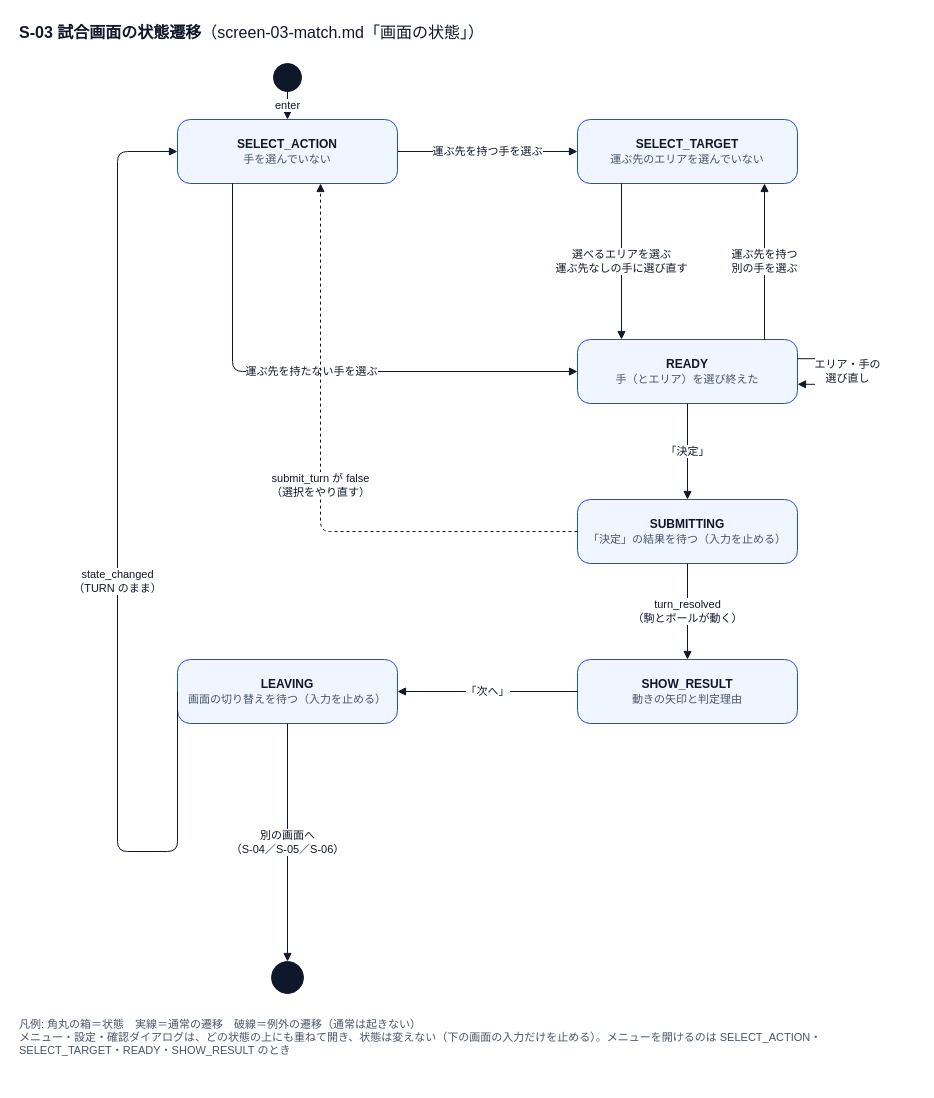
Above: docs/specs/3_detail-design/screen/screen-03-match-states.drawio in n-yata/soccer-sim (draw.io), before the change. Source tidied: cells renumbered, new cells numbered last; positions are measured from the earlier drawing's top-left corner, leaving out a move shared by most shapes. Both pictures are drawn from the tidied source at 100%, with x=0, y=0 at pixel (17, 17).
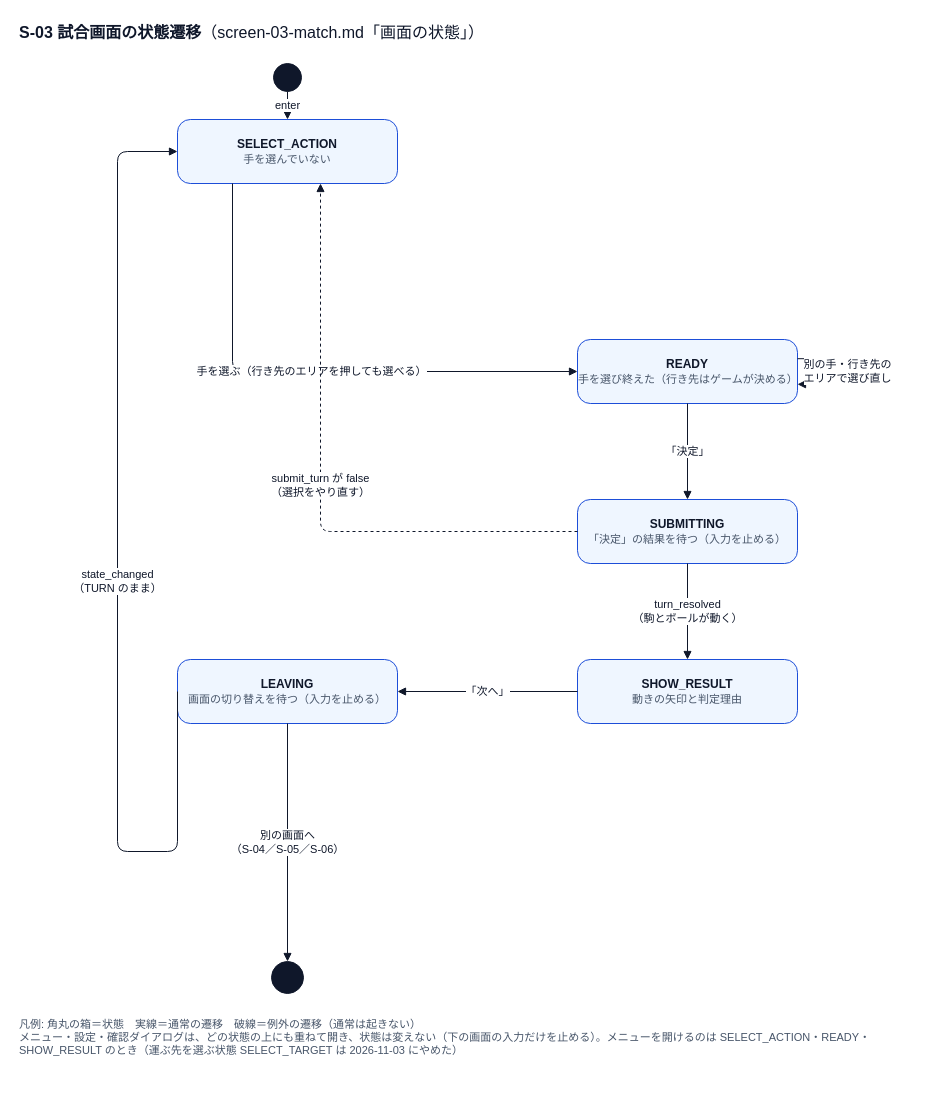
The same diagram, later.

Unchanged cells that the change refers to:
```xml
<mxCell id="4" value="&lt;b&gt;SELECT_ACTION&lt;/b&gt;&lt;br&gt;&lt;span style='font-size:11px;color:#475569'&gt;手を選んでいない&lt;/span&gt;" style="rounded=1;arcSize=20;whiteSpace=wrap;html=1;fillColor=#EFF6FF;strokeColor=#1D4ED8;fontSize=12;fontColor=#0F172A;" parent="1" vertex="1">
  <mxGeometry x="160" y="102" width="220" height="64" as="geometry" />
</mxCell>
```

Diff of the diagram source:
```diff
@@
-    <mxCell id="5" value="&lt;b&gt;SELECT_TARGET&lt;/b&gt;&lt;br&gt;&lt;span style='font-size:11px;color:#475569'&gt;運ぶ先のエリアを選んでいない&lt;/span&gt;" style="rounded=1;arcSize=20;whiteSpace=wrap;html=1;fillColor=#EFF6FF;strokeColor=#1D4ED8;fontSize=12;fontColor=#0F172A;" parent="1" vertex="1">
-      <mxGeometry x="560" y="102" width="220" height="64" as="geometry" />
-    </mxCell>
-    <mxCell id="6" value="&lt;b&gt;READY&lt;/b&gt;&lt;br&gt;&lt;span style='font-size:11px;color:#475569'&gt;手（とエリア）を選び終えた&lt;/span&gt;" style="rounded=1;arcSize=20;whiteSpace=wrap;html=1;fillColor=#EFF6FF;strokeColor=#1D4ED8;fontSize=12;fontColor=#0F172A;" parent="1" vertex="1">
+    <mxCell id="6" value="&lt;b&gt;READY&lt;/b&gt;&lt;br&gt;&lt;span style='font-size:11px;color:#475569'&gt;手を選び終えた（行き先はゲームが決める）&lt;/span&gt;" style="rounded=1;arcSize=20;whiteSpace=wrap;html=1;fillColor=#EFF6FF;strokeColor=#1D4ED8;fontSize=12;fontColor=#0F172A;" parent="1" vertex="1">
       <mxGeometry x="560" y="322" width="220" height="64" as="geometry" />
     </mxCell>
@@
-    <mxCell id="12" value="運ぶ先を持つ手を選ぶ" style="edgeStyle=orthogonalEdgeStyle;rounded=1;html=1;endArrow=block;endFill=1;strokeColor=#0F172A;fontSize=11;fontColor=#0F172A;labelBackgroundColor=#FFFFFF;exitX=1;exitY=0.5;exitDx=0;exitDy=0;entryX=0;entryY=0.5;entryDx=0;entryDy=0;" parent="1" edge="1" source="4" target="5">
-      <mxGeometry relative="1" as="geometry" />
-    </mxCell>
-    <mxCell id="13" value="運ぶ先を持たない手を選ぶ" style="edgeStyle=orthogonalEdgeStyle;rounded=1;html=1;endArrow=block;endFill=1;strokeColor=#0F172A;fontSize=11;fontColor=#0F172A;labelBackgroundColor=#FFFFFF;exitX=0.25;exitY=1;exitDx=0;exitDy=0;entryX=0;entryY=0.5;entryDx=0;entryDy=0;" parent="1" edge="1" source="4" target="6">
+    <mxCell id="13" value="手を選ぶ（行き先のエリアを押しても選べる）" style="edgeStyle=orthogonalEdgeStyle;rounded=1;html=1;endArrow=block;endFill=1;strokeColor=#0F172A;fontSize=11;fontColor=#0F172A;labelBackgroundColor=#FFFFFF;exitX=0.25;exitY=1;exitDx=0;exitDy=0;entryX=0;entryY=0.5;entryDx=0;entryDy=0;" parent="1" edge="1" source="4" target="6">
       <mxGeometry relative="1" as="geometry">
         <Array as="points">
           <mxPoint x="215" y="354" />
         </Array>
       </mxGeometry>
     </mxCell>
-    <mxCell id="14" value="選べるエリアを選ぶ&lt;br&gt;運ぶ先なしの手に選び直す" style="edgeStyle=orthogonalEdgeStyle;rounded=1;html=1;endArrow=block;endFill=1;strokeColor=#0F172A;fontSize=11;fontColor=#0F172A;labelBackgroundColor=#FFFFFF;exitX=0.2;exitY=1;exitDx=0;exitDy=0;entryX=0.2;entryY=0;entryDx=0;entryDy=0;" parent="1" edge="1" source="5" target="6">
-      <mxGeometry relative="1" as="geometry" />
-    </mxCell>
-    <mxCell id="15" value="運ぶ先を持つ&lt;br&gt;別の手を選ぶ" style="edgeStyle=orthogonalEdgeStyle;rounded=1;html=1;endArrow=block;endFill=1;strokeColor=#0F172A;fontSize=11;fontColor=#0F172A;labelBackgroundColor=#FFFFFF;exitX=0.85;exitY=0;exitDx=0;exitDy=0;entryX=0.85;entryY=1;entryDx=0;entryDy=0;" parent="1" edge="1" source="6" target="5">
-      <mxGeometry relative="1" as="geometry" />
-    </mxCell>
-    <mxCell id="16" value="エリア・手の&lt;br&gt;選び直し" style="edgeStyle=orthogonalEdgeStyle;rounded=1;html=1;endArrow=block;endFill=1;strokeColor=#0F172A;fontSize=11;fontColor=#0F172A;labelBackgroundColor=#FFFFFF;exitX=1;exitY=0.3;exitDx=0;exitDy=0;entryX=1;entryY=0.7;entryDx=0;entryDy=0;" parent="1" edge="1" source="6" target="6">
+    <mxCell id="16" value="別の手・行き先の&lt;br&gt;エリアで選び直し" style="edgeStyle=orthogonalEdgeStyle;rounded=1;html=1;endArrow=block;endFill=1;strokeColor=#0F172A;fontSize=11;fontColor=#0F172A;labelBackgroundColor=#FFFFFF;exitX=1;exitY=0.3;exitDx=0;exitDy=0;entryX=1;entryY=0.7;entryDx=0;entryDy=0;" parent="1" edge="1" source="6" target="6">
       <mxGeometry relative="1" as="geometry">
         <Array as="points">
           <mxPoint x="830" y="341" />
           <mxPoint x="830" y="367" />
         </Array>
       </mxGeometry>
     </mxCell>
@@
-    <mxCell id="23" value="凡例: 角丸の箱＝状態　実線＝通常の遷移　破線＝例外の遷移（通常は起きない）&lt;br&gt;メニュー・設定・確認ダイアログは、どの状態の上にも重ねて開き、状態は変えない（下の画面の入力だけを止める）。メニューを開けるのは SELECT_ACTION・SELECT_TARGET・READY・SHOW_RESULT のとき" style="text;html=1;fontSize=11;fontColor=#475569;align=left;verticalAlign=top;whiteSpace=wrap;" parent="1" vertex="1">
+    <mxCell id="23" value="凡例: 角丸の箱＝状態　実線＝通常の遷移　破線＝例外の遷移（通常は起きない）&lt;br&gt;メニュー・設定・確認ダイアログは、どの状態の上にも重ねて開き、状態は変えない（下の画面の入力だけを止める）。メニューを開けるのは SELECT_ACTION・READY・SHOW_RESULT のとき（運ぶ先を選ぶ状態 SELECT_TARGET は 2026-11-03 にやめた）" style="text;html=1;fontSize=11;fontColor=#475569;align=left;verticalAlign=top;whiteSpace=wrap;" parent="1" vertex="1">
       <mxGeometry y="994" width="900" height="70" as="geometry" />
     </mxCell>
```
